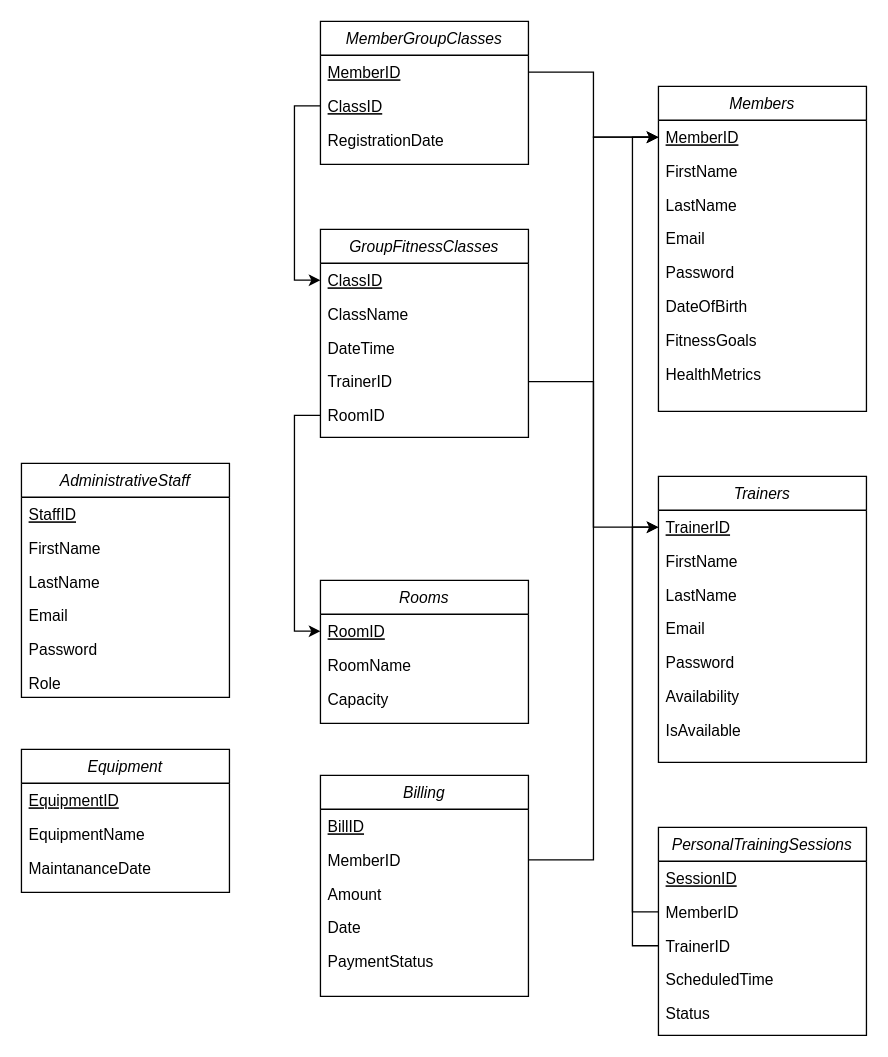
Earlier version of the draw.io diagram Diagrams/DB_Schema.drawio (igortascu/3005finalProject). Source tidied: cells renumbered, new cells numbered last; positions are measured from the earlier drawing's top-left corner, leaving out a move shared by most shapes. Both pictures are drawn from the tidied source at 130%, with x=0, y=0 at pixel (21, 21).
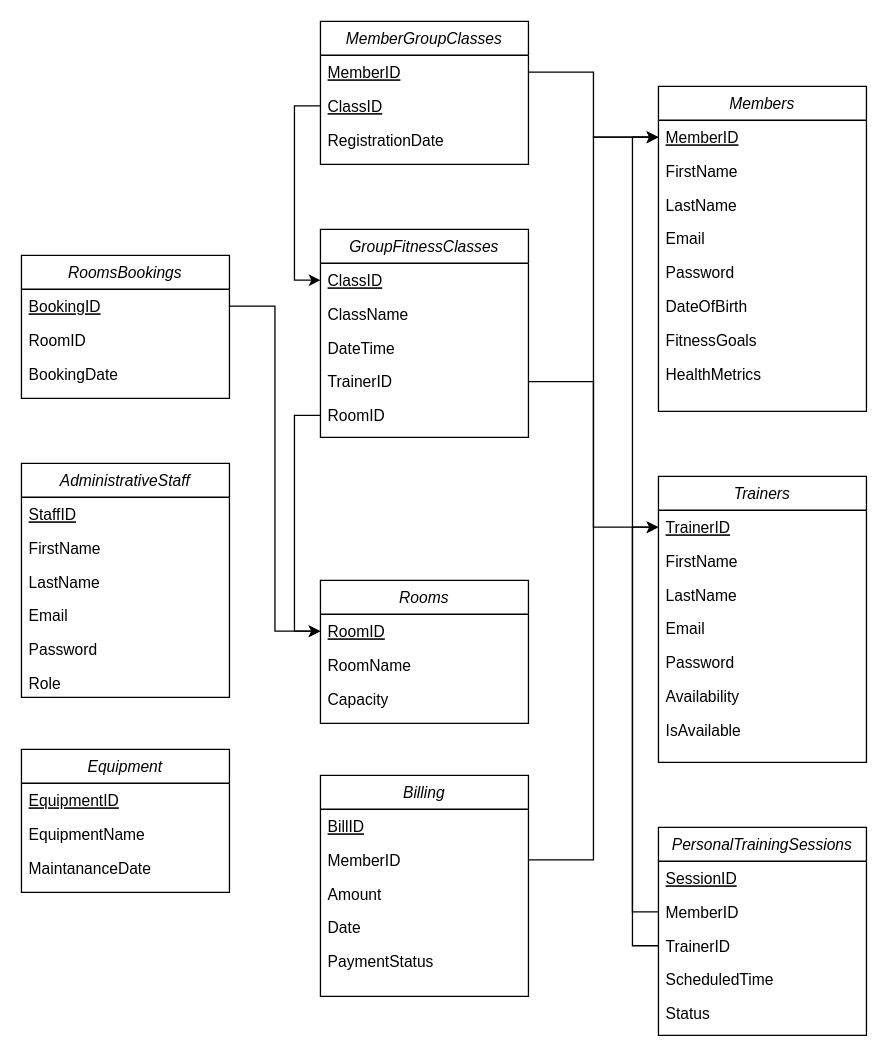
The same diagram, later.

Unchanged cells that the change refers to:
```xml
<mxCell id="3" value="RoomID" style="text;align=left;verticalAlign=top;spacingLeft=4;spacingRight=4;overflow=hidden;points=[[0,0.5],[1,0.5]];portConstraint=eastwest;fontStyle=4;" parent="2" vertex="1">
  <mxGeometry y="26" width="160" height="26" as="geometry" />
</mxCell>
```

Diff of the diagram source:
```diff
@@
+    <mxCell id="63" value="RoomsBookings" style="swimlane;fontStyle=2;align=center;verticalAlign=top;horizontal=1;startSize=26;rounded=0;shadow=0;strokeWidth=1;" parent="1" vertex="1">
+      <mxGeometry y="180" width="160" height="110" as="geometry" />
+    </mxCell>
+    <mxCell id="64" value="BookingID" style="text;align=left;verticalAlign=top;spacingLeft=4;spacingRight=4;overflow=hidden;points=[[0,0.5],[1,0.5]];portConstraint=eastwest;fontStyle=4;" parent="63" vertex="1">
+      <mxGeometry y="26" width="160" height="26" as="geometry" />
+    </mxCell>
+    <mxCell id="65" value="RoomID" style="text;align=left;verticalAlign=top;spacingLeft=4;spacingRight=4;overflow=hidden;rounded=0;shadow=0;html=0;" parent="63" vertex="1">
+      <mxGeometry y="52" width="160" height="26" as="geometry" />
+    </mxCell>
+    <mxCell id="66" value="BookingDate" style="text;align=left;verticalAlign=top;spacingLeft=4;spacingRight=4;overflow=hidden;rounded=0;shadow=0;html=0;" parent="63" vertex="1">
+      <mxGeometry y="78" width="160" height="26" as="geometry" />
+    </mxCell>
+    <mxCell id="67" style="edgeStyle=orthogonalEdgeStyle;rounded=0;jettySize=auto;html=1;entryX=0;entryY=0.5;entryDx=0;entryDy=0;" parent="1" edge="1" source="64" target="3">
+      <mxGeometry relative="1" as="geometry" />
+    </mxCell>
```
